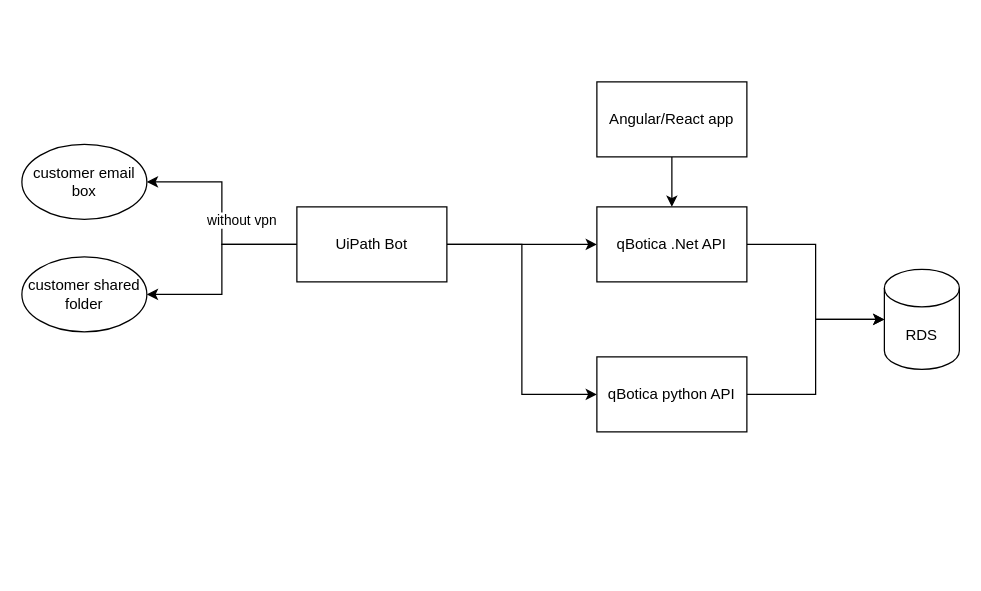
Above: page "Page-10" (10 of 10) of RyvalX-Projects.drawio in coolsharepoint/Test (draw.io), before the change. Source tidied: cells renumbered, new cells numbered last; positions are measured from the earlier drawing's top-left corner, leaving out a move shared by most shapes. Both pictures are drawn from the tidied source at 125%, with x=0, y=0 at pixel (21, 81).
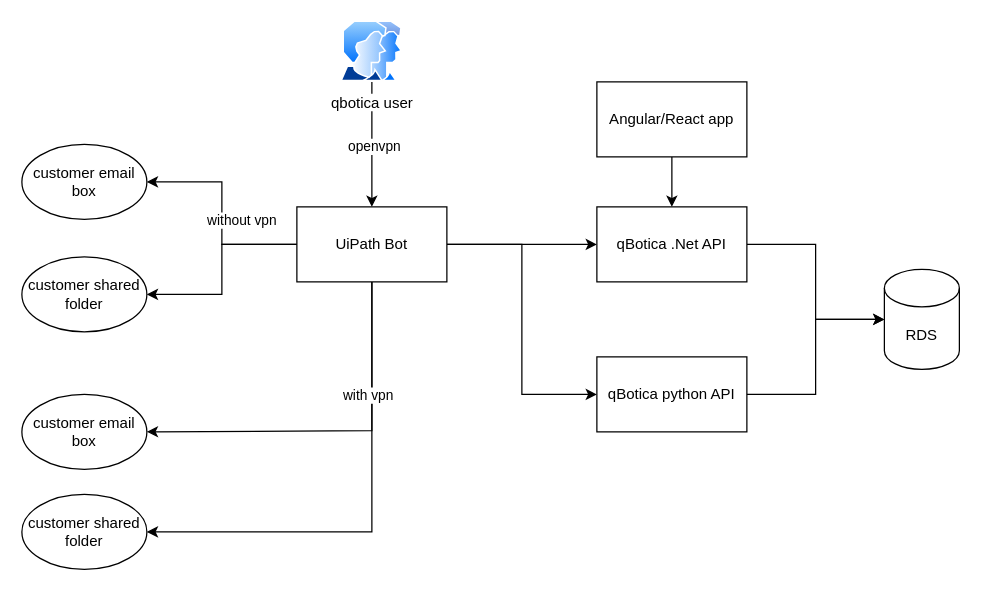
The same page after the edit.

The change refers to these unchanged cells:
```xml
<mxCell id="7" value="UiPath Bot" style="rounded=0;whiteSpace=wrap;html=1;" parent="1" vertex="1">
  <mxGeometry x="220" y="100" width="120" height="60" as="geometry" />
</mxCell>
```

The edit, as a diff of the source:
```diff
@@
+    <mxCell id="17" style="edgeStyle=orthogonalEdgeStyle;rounded=0;jettySize=auto;html=1;entryX=1;entryY=0.5;entryDx=0;entryDy=0;" parent="1" edge="1" source="7" target="19">
+      <mxGeometry relative="1" as="geometry">
+        <Array as="points">
+          <mxPoint x="280" y="360" />
+        </Array>
+      </mxGeometry>
+    </mxCell>
@@
+    <mxCell id="18" value="customer email box" style="ellipse;whiteSpace=wrap;html=1;" parent="1" vertex="1">
+      <mxGeometry y="250" width="100" height="60" as="geometry" />
+    </mxCell>
+    <mxCell id="19" value="customer shared folder" style="ellipse;whiteSpace=wrap;html=1;" parent="1" vertex="1">
+      <mxGeometry y="330" width="100" height="60" as="geometry" />
+    </mxCell>
+    <mxCell id="20" style="edgeStyle=orthogonalEdgeStyle;rounded=0;jettySize=auto;html=1;entryX=1;entryY=0.5;entryDx=0;entryDy=0;" parent="1" edge="1" source="7" target="18">
+      <mxGeometry relative="1" as="geometry">
+        <Array as="points">
+          <mxPoint x="280" y="279" />
+          <mxPoint x="100" y="279" />
+        </Array>
+      </mxGeometry>
+    </mxCell>
+    <mxCell id="21" value="with vpn" style="edgeLabel;html=1;align=center;verticalAlign=middle;" parent="1" vertex="1">
+      <mxGeometry x="270" y="160" as="geometry">
+        <mxPoint x="6" y="90" as="offset" />
+      </mxGeometry>
+    </mxCell>
+    <mxCell id="22" style="edgeStyle=orthogonalEdgeStyle;rounded=0;jettySize=auto;html=1;entryX=0.5;entryY=0;entryDx=0;entryDy=0;" parent="1" edge="1" source="24" target="7">
+      <mxGeometry relative="1" as="geometry" />
+    </mxCell>
+    <mxCell id="23" value="openvpn" style="edgeLabel;html=1;align=center;verticalAlign=middle;" parent="22" vertex="1">
+      <mxGeometry x="0.02" y="1" relative="1" as="geometry" />
+    </mxCell>
+    <mxCell id="24" value="qbotica user" style="image;perimeter=ellipsePerimeter;html=1;align=center;shadow=0;dashed=0;spacingTop=3;image=img/lib/active_directory/user_accounts.svg;" parent="1" vertex="1">
+      <mxGeometry x="255" y="-48.5" width="50" height="48.5" as="geometry" />
+    </mxCell>
```
